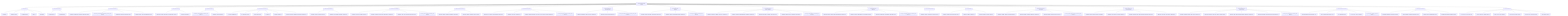
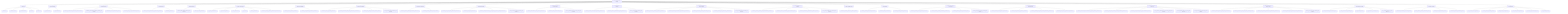
graph TD
    root["ToneSoul Documentation Authority"]
    root --> entrypoints["Entry Points"]
    entrypoints --> entrypoints_1["README.md"]
    entrypoints --> entrypoints_2["README.zh-TW.md"]
    entrypoints --> entrypoints_3["AI_ONBOARDING.md"]
    entrypoints --> entrypoints_4["INDEX.md"]
    entrypoints --> entrypoints_5["README.md"]
    root --> ai_operational_guides["AI Operational Guides"]
    ai_operational_guides --> ai_operational_guides_1["AI_QUICKSTART.md"]
    ai_operational_guides --> ai_operational_guides_2["AI_REFERENCE.md"]
    root --> canonical_architecture["Canonical Architecture"]
    canonical_architecture --> canonical_architecture_1["TONESOUL_EXTERNALIZED_COGNITIVE_ARCHITECTURE.md"]
    canonical_architecture --> canonical_architecture_2["TONESOUL_ARCHITECTURE_MEMORY_ANCHOR_2026-03-22.md"]
    canonical_architecture --> canonical_architecture_3["KNOWLEDGE_SURFACES_BOUNDARY_MAP.md"]
    canonical_architecture --> canonical_architecture_4["TONESOUL_EIGHT_LAYER_CONVERGENCE_MAP.md"]
    root --> deep_system_maps["Deep System Maps"]
    deep_system_maps --> deep_system_maps_1["TONESOUL_SYSTEM_OVERVIEW_AND_SUBSYSTEM_GUIDE.md"]
    deep_system_maps --> deep_system_maps_2["TONESOUL_ANATOMY.md"]
    root --> interpretive_readings["Interpretive Readings"]
    interpretive_readings --> interpretive_readings_1["TONESOUL_DEEP_READING_ANCHOR_2026-03-26.md"]
    interpretive_readings --> interpretive_readings_2["TONESOUL_CODEX_READING.md"]
    root --> governance_execution["Governance And Execution"]
    governance_execution --> governance_execution_1["7D_AUDIT_FRAMEWORK.md"]
    governance_execution --> governance_execution_2["7D_EXECUTION_SPEC.md"]
    governance_execution --> governance_execution_3["AUDIT_CONTRACT.md"]
    governance_execution --> governance_execution_4["API_SPEC.md"]
    governance_execution --> governance_execution_5["COUNCIL_RUNTIME.md"]
    governance_execution --> governance_execution_6["TONESOUL_SHARED_R_MEMORY_OPERATIONS_CONTRACT.md"]
    root --> claim_authority_distillation["Claim Authority Distillation"]
    claim_authority_distillation --> claim_authority_distillation_1["TONESOUL_CLAIM_AUTHORITY_MATRIX.md"]
    claim_authority_distillation --> claim_authority_distillation_2["TONESOUL_LAW_RUNTIME_BOUNDARY_CONTRACT.md"]
    root --> evidence_topology_and_verifiability["Evidence And Verifiability"]
    evidence_topology_and_verifiability --> evidence_topology_and_verifiability_1["TONESOUL_CLAIM_TO_EVIDENCE_MATRIX.md"]
    evidence_topology_and_verifiability --> evidence_topology_and_verifiability_2["TONESOUL_EVIDENCE_LADDER_AND_VERIFIABILITY_CONTRACT.md"]
    evidence_topology_and_verifiability --> evidence_topology_and_verifiability_3["TONESOUL_TEST_AND_VALIDATION_TOPOLOGY_MAP.md"]
    evidence_topology_and_verifiability --> evidence_topology_and_verifiability_4["tonesoul_evidence_followup_candidates_2026-03-29.md"]
    root --> subject_refresh_boundaries["Subject Refresh Boundaries"]
    subject_refresh_boundaries --> subject_refresh_boundaries_1["TONESOUL_SUBJECT_REFRESH_BOUNDARY_CONTRACT.md"]
    subject_refresh_boundaries --> subject_refresh_boundaries_2["TONESOUL_SUBJECT_SNAPSHOT_FIELD_LANES.md"]
    root --> control_plane_discipline["Control Plane Discipline"]
    control_plane_discipline --> control_plane_discipline_1["TONESOUL_TASK_TRACK_AND_READINESS_CONTRACT.md"]
    control_plane_discipline --> control_plane_discipline_2["TONESOUL_PLAN_DELTA_CONTRACT.md"]
    control_plane_discipline --> control_plane_discipline_3["TONESOUL_MIRROR_RUPTURE_FAIL_STOP_AND_LOW_DRIFT_ANCHOR_CONTRACT.md"]
    control_plane_discipline --> control_plane_discipline_4["tonesoul_control_plane_followup_candidates_2026-03-28.md"]
    root --> observable_shell_and_axiom_boundaries["Observable-Shell And Axiom Boundaries"]
    observable_shell_and_axiom_boundaries --> observable_shell_and_axiom_boundaries_1["TONESOUL_OBSERVABLE_SHELL_OPACITY_CONTRACT.md"]
    observable_shell_and_axiom_boundaries --> observable_shell_and_axiom_boundaries_2["TONESOUL_AXIOM_FALSIFICATION_MAP.md"]
    observable_shell_and_axiom_boundaries --> observable_shell_and_axiom_boundaries_3["tonesoul_observability_and_axiom_adoption_review_2026-03-28.md"]
    root --> council_deliberation_discipline["Council Deliberation Discipline"]
    council_deliberation_discipline --> council_deliberation_discipline_1["TONESOUL_COUNCIL_DOSSIER_AND_DISSENT_CONTRACT.md"]
    council_deliberation_discipline --> council_deliberation_discipline_2["TONESOUL_ADAPTIVE_DELIBERATION_MODE_CONTRACT.md"]
    council_deliberation_discipline --> council_deliberation_discipline_3["tonesoul_council_followup_candidates_2026-03-28.md"]
    root --> continuity_import_and_receiver_discipline["Continuity Import And Receiver Discipline"]
    continuity_import_and_receiver_discipline --> continuity_import_and_receiver_discipline_1["TONESOUL_CONTINUITY_IMPORT_AND_DECAY_CONTRACT.md"]
    continuity_import_and_receiver_discipline --> continuity_import_and_receiver_discipline_2["TONESOUL_RECEIVER_INTERPRETATION_BOUNDARY_CONTRACT.md"]
    continuity_import_and_receiver_discipline --> continuity_import_and_receiver_discipline_3["TONESOUL_CONTINUITY_SURFACE_LIFECYCLE_MAP.md"]
    continuity_import_and_receiver_discipline --> continuity_import_and_receiver_discipline_4["TONESOUL_WORKING_STYLE_CONTINUITY_CONTRACT.md"]
    continuity_import_and_receiver_discipline --> continuity_import_and_receiver_discipline_5["tonesoul_continuity_followup_candidates_2026-03-29.md"]
    root --> council_realism_and_calibration["Council Realism And Calibration"]
    council_realism_and_calibration --> council_realism_and_calibration_1["TONESOUL_COUNCIL_REALISM_AND_INDEPENDENCE_CONTRACT.md"]
    council_realism_and_calibration --> council_realism_and_calibration_2["TONESOUL_COUNCIL_CONFIDENCE_AND_CALIBRATION_MAP.md"]
    council_realism_and_calibration --> council_realism_and_calibration_3["TONESOUL_ADVERSARIAL_DELIBERATION_ADOPTION_MAP.md"]
    council_realism_and_calibration --> council_realism_and_calibration_4["tonesoul_council_realism_followup_candidates_2026-03-29.md"]
    root --> context_continuity_adoption["Context Continuity Adoption"]
    context_continuity_adoption --> context_continuity_adoption_1["TONESOUL_CONTEXT_CONTINUITY_ADOPTION_MAP.md"]
    root --> prompt_discipline_skeleton["Prompt Discipline"]
    prompt_discipline_skeleton --> prompt_discipline_skeleton_1["TONESOUL_PROMPT_DISCIPLINE_SKELETON.md"]
    prompt_discipline_skeleton --> prompt_discipline_skeleton_2["TONESOUL_PROMPT_VARIANTS.md"]
    prompt_discipline_skeleton --> prompt_discipline_skeleton_3["TONESOUL_PROMPT_STARTER_CARDS.md"]
    root --> prompt_surface_topology_and_adoption["Prompt Surface Topology And Adoption"]
    prompt_surface_topology_and_adoption --> prompt_surface_topology_and_adoption_1["TONESOUL_PROMPT_SURFACE_ADOPTION_MATRIX.md"]
    prompt_surface_topology_and_adoption --> prompt_surface_topology_and_adoption_2["TONESOUL_PROMPT_SURFACE_BOUNDARY_CONTRACT.md"]
    prompt_surface_topology_and_adoption --> prompt_surface_topology_and_adoption_3["TONESOUL_PROMPT_SURFACE_TOPOLOGY_MAP.md"]
    prompt_surface_topology_and_adoption --> prompt_surface_topology_and_adoption_4["tonesoul_prompt_adoption_followup_candidates_2026-03-29.md"]
    root --> reality_alignment_and_render_boundaries["Reality Alignment And Render Boundaries"]
    reality_alignment_and_render_boundaries --> reality_alignment_and_render_boundaries_1["TONESOUL_ENTRY_SURFACE_REALITY_BASELINE.md"]
    reality_alignment_and_render_boundaries --> reality_alignment_and_render_boundaries_2["TONESOUL_DOC_METRIC_AND_COUNT_METHOD.md"]
    reality_alignment_and_render_boundaries --> reality_alignment_and_render_boundaries_3["TONESOUL_RENDER_LAYER_AND_ENCODING_BOUNDARY_CONTRACT.md"]
    reality_alignment_and_render_boundaries --> reality_alignment_and_render_boundaries_4["TONESOUL_DOC_DRIFT_AND_CONFLICT_REGISTER.md"]
+     root --> successor_continuity_and_hot_memory["Successor Continuity And Hot Memory"]
+     successor_continuity_and_hot_memory --> successor_continuity_and_hot_memory_1["TONESOUL_SUCCESSOR_COLLABORATION_AND_HOT_MEMORY_CONTRACT.md"]
+     successor_continuity_and_hot_memory --> successor_continuity_and_hot_memory_2["TONESOUL_LOW_DRIFT_ANCHOR_SOURCE_PRECEDENCE_CONTRACT.md"]
+     successor_continuity_and_hot_memory --> successor_continuity_and_hot_memory_3["TONESOUL_HOT_MEMORY_DECAY_AND_COMPRESSION_MAP.md"]
+     successor_continuity_and_hot_memory --> successor_continuity_and_hot_memory_4["tonesoul_successor_collaboration_and_hot_memory_program_2026-04-02.md"]
+     successor_continuity_and_hot_memory --> successor_continuity_and_hot_memory_5["tonesoul_subsystem_parity_and_gap_map_2026-04-02.md"]
+     successor_continuity_and_hot_memory --> successor_continuity_and_hot_memory_6["tonesoul_successor_sidecar_residue_triage_2026-04-02.md"]
    root --> entry_simplification_and_lineage_routing["Entry Simplification And Lineage Routing"]
    entry_simplification_and_lineage_routing --> entry_simplification_and_lineage_routing_1["TONESOUL_AUDIENCE_ROUTING_AND_ENTRY_CONTRACT.md"]
    entry_simplification_and_lineage_routing --> entry_simplification_and_lineage_routing_2["TONESOUL_HISTORICAL_SPEC_AND_LEGACY_SURFACE_MAP.md"]
    entry_simplification_and_lineage_routing --> entry_simplification_and_lineage_routing_3["TONESOUL_DOC_SURFACE_SIMPLIFICATION_BOUNDARY_CONTRACT.md"]
    entry_simplification_and_lineage_routing --> entry_simplification_and_lineage_routing_4["TONESOUL_ENCODING_AND_MOJIBAKE_HAZARD_REGISTER.md"]
    entry_simplification_and_lineage_routing --> entry_simplification_and_lineage_routing_5["tonesoul_docs_cleanup_wave_candidates_2026-03-29.md"]
    root --> doc_governance["Documentation Governance"]
    doc_governance --> doc_governance_1["DOCS_INFORMATION_ARCHITECTURE_v1.md"]
    doc_governance --> doc_governance_2["DOCS_CLASSIFICATION_LEDGER_v1.md"]
    doc_governance --> doc_governance_3["FILE_PURPOSE_MAP.md"]
    doc_governance --> doc_governance_4["doc_convergence_inventory_latest.json"]
    doc_governance --> doc_governance_5["doc_convergence_cleanup_plan_2026-03-22.md"]
    root --> convergence_contracts["Convergence Contracts"]
    convergence_contracts --> convergence_contracts_1["BASENAME_DIVERGENCE_DISTILLATION_MAP.md"]
    convergence_contracts --> convergence_contracts_2["PRIVATE_MEMORY_SHADOW_BOUNDARY_MAP.md"]
    convergence_contracts --> convergence_contracts_3["PARADOX_FIXTURE_OWNERSHIP_MAP.md"]
    convergence_contracts --> convergence_contracts_4["ENGINEERING_MIRROR_OWNERSHIP_MAP.md"]
    root --> generated_status["Generated Status"]
    generated_status --> generated_status_1["doc_convergence_inventory_latest.json"]
    generated_status --> generated_status_2["basename_divergence_distillation_latest.json"]
    generated_status --> generated_status_3["private_memory_shadow_latest.json"]
    generated_status --> generated_status_4["paradox_fixture_ownership_latest.json"]
    generated_status --> generated_status_5["engineering_mirror_ownership_latest.json"]
    generated_status --> generated_status_6["claim_authority_latest.json"]
